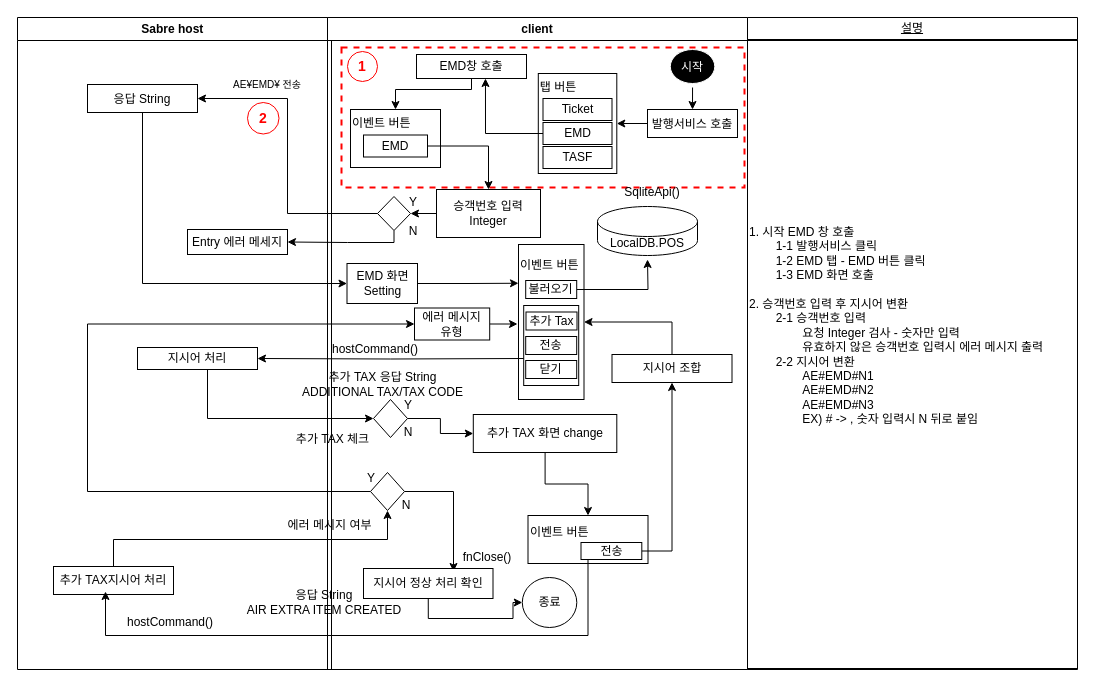
The draw.io diagram 제목 없는 다이어그램.drawio in ShimDaeSung1/EMDS2, before the edit. Source tidied: cells renumbered, new cells numbered last; positions are measured from the earlier drawing's top-left corner, leaving out a move shared by most shapes. Both pictures are drawn from the tidied source at 100%, with x=0, y=0 at pixel (17, 17).
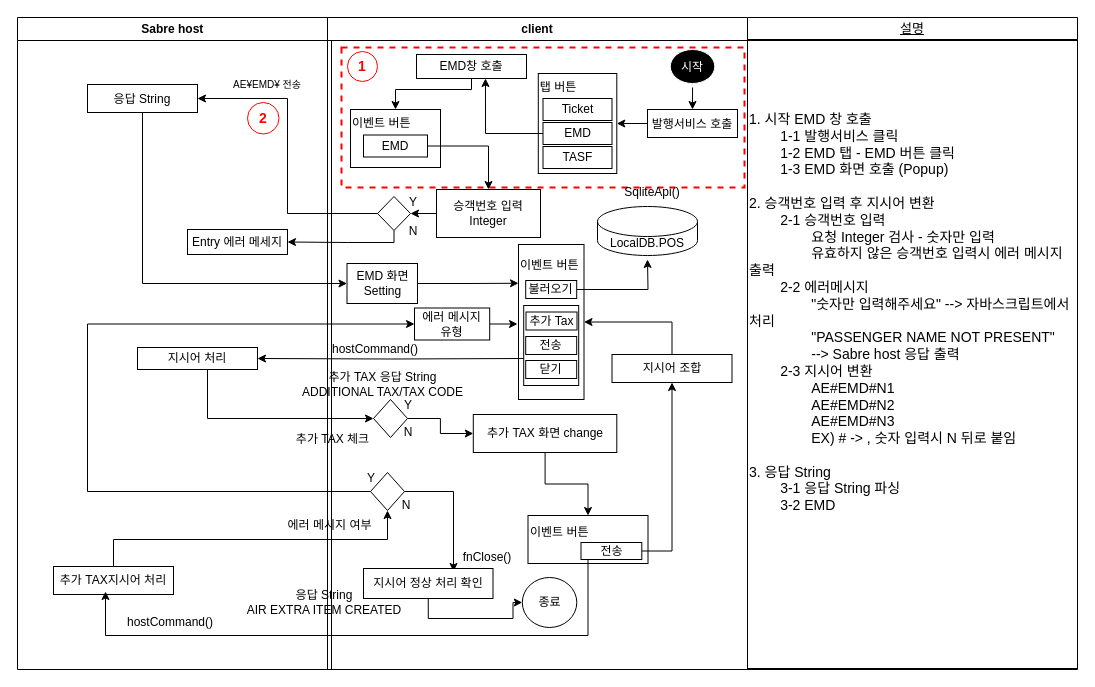
The same diagram, later.

Commit message (it also covers changes not shown here):
제목 없는 다이어그램.drawio 업데이트

What changed in the source:
```diff
@@
-    <mxCell id="70" value="설명" style="swimlane;whiteSpace=wrap;fontStyle=4;startSize=22;" parent="1" vertex="1">
+    <mxCell id="70" value="설명" style="swimlane;whiteSpace=wrap;fontStyle=4;startSize=22;fontSize=13;" parent="1" vertex="1">
       <mxGeometry x="730" width="330" height="652" as="geometry" />
     </mxCell>
-    <mxCell id="71" value="1. 시작 EMD 창 호출&lt;br&gt;&lt;span style=&quot;white-space: pre;&quot;&gt;&#9;&lt;/span&gt;1-1 발행서비스 클릭&lt;br&gt;&lt;span style=&quot;white-space: pre;&quot;&gt;&#9;&lt;/span&gt;1-2 EMD 탭 - EMD 버튼 클릭&lt;br&gt;&lt;span style=&quot;white-space: pre;&quot;&gt;&#9;&lt;/span&gt;1-3 EMD 화면 호출&lt;br&gt;&lt;br&gt;2. 승객번호 입력 후 지시어 변환&lt;br&gt;&lt;span style=&quot;white-space: pre;&quot;&gt;&#9;&lt;/span&gt;2-1 승객번호 입력&lt;br&gt;&lt;span style=&quot;white-space: pre;&quot;&gt;&#9;&lt;span style=&quot;white-space: pre;&quot;&gt;&#9;&lt;/span&gt;요&lt;/span&gt;청 Integer 검사 - 숫자만 입력&lt;br&gt;&lt;span style=&quot;white-space: pre;&quot;&gt;&#9;&lt;/span&gt;&lt;span style=&quot;white-space: pre;&quot;&gt;&#9;&lt;/span&gt;유효하지 않은 승객번호 입력시 에러 메시지 출력&lt;br&gt;&lt;span style=&quot;white-space: pre;&quot;&gt;&#9;&lt;/span&gt;2-2 지시어 변환&lt;br&gt;&lt;span style=&quot;white-space: pre;&quot;&gt;&#9;&lt;/span&gt;&lt;span style=&quot;white-space: pre;&quot;&gt;&#9;&lt;/span&gt;AE#EMD#N1&lt;br&gt;&lt;span style=&quot;white-space: pre;&quot;&gt;&#9;&lt;/span&gt;&lt;span style=&quot;white-space: pre;&quot;&gt;&#9;&lt;/span&gt;AE#EMD#N2&lt;br&gt;&lt;span style=&quot;white-space: pre;&quot;&gt;&#9;&lt;/span&gt;&lt;span style=&quot;white-space: pre;&quot;&gt;&#9;&lt;/span&gt;AE#EMD#N3&lt;br&gt;&lt;span style=&quot;white-space: pre;&quot;&gt;&#9;&lt;/span&gt;&lt;span style=&quot;white-space: pre;&quot;&gt;&#9;&lt;/span&gt;EX) # -&amp;gt; , 숫자 입력시 N 뒤로 붙임&lt;br&gt;&lt;span style=&quot;white-space: pre;&quot;&gt;&#9;&lt;/span&gt;&lt;span style=&quot;white-space: pre;&quot;&gt;&#9;&lt;/span&gt;&lt;br&gt;&lt;span style=&quot;white-space: pre;&quot;&gt;&#9;&lt;/span&gt;&lt;span style=&quot;white-space: pre;&quot;&gt;&#9;&lt;/span&gt;&lt;br&gt;&lt;span style=&quot;white-space: pre;&quot;&gt;&#9;&lt;/span&gt;&lt;br&gt;&lt;span style=&quot;white-space: pre;&quot;&gt;&#9;&lt;/span&gt;&lt;span style=&quot;white-space: pre;&quot;&gt;&#9;&lt;/span&gt;&amp;nbsp;" style="whiteSpace=wrap;html=1;align=left;" parent="70" vertex="1">
+    <mxCell id="71" value="1. 시작 EMD 창 호출&lt;br style=&quot;font-size: 14px;&quot;&gt;&lt;span style=&quot;white-space: pre; font-size: 14px;&quot;&gt;&#9;&lt;/span&gt;1-1 발행서비스 클릭&lt;br style=&quot;font-size: 14px;&quot;&gt;&lt;span style=&quot;white-space: pre; font-size: 14px;&quot;&gt;&#9;&lt;/span&gt;1-2 EMD 탭 - EMD 버튼 클릭&lt;br style=&quot;font-size: 14px;&quot;&gt;&lt;span style=&quot;white-space: pre; font-size: 14px;&quot;&gt;&#9;&lt;/span&gt;1-3 EMD 화면 호출 (Popup)&lt;br style=&quot;font-size: 14px;&quot;&gt;&lt;br style=&quot;font-size: 14px;&quot;&gt;2. 승객번호 입력 후 지시어 변환&lt;br style=&quot;font-size: 14px;&quot;&gt;&lt;span style=&quot;white-space: pre; font-size: 14px;&quot;&gt;&#9;&lt;/span&gt;2-1 승객번호 입력&lt;br style=&quot;font-size: 14px;&quot;&gt;&lt;span style=&quot;white-space: pre; font-size: 14px;&quot;&gt;&#9;&lt;span style=&quot;white-space: pre; font-size: 14px;&quot;&gt;&#9;&lt;/span&gt;요&lt;/span&gt;청 Integer 검사 - 숫자만 입력&lt;br style=&quot;font-size: 14px;&quot;&gt;&lt;span style=&quot;white-space: pre; font-size: 14px;&quot;&gt;&#9;&lt;/span&gt;&lt;span style=&quot;white-space: pre; font-size: 14px;&quot;&gt;&#9;&lt;/span&gt;유효하지 않은 승객번호 입력시 에러 메시지 출력&lt;br&gt;&lt;span style=&quot;white-space: pre;&quot;&gt;&#9;&lt;/span&gt;2-2 에러메시지&lt;br&gt;&lt;span style=&quot;white-space: pre;&quot;&gt;&#9;&lt;/span&gt;&lt;span style=&quot;white-space: pre;&quot;&gt;&#9;&lt;/span&gt;&quot;숫자만 입력해주세요&quot; --&amp;gt; 자바스크립트에서 처리&lt;br&gt;&lt;span style=&quot;white-space: pre;&quot;&gt;&#9;&lt;/span&gt;&lt;span style=&quot;white-space: pre;&quot;&gt;&#9;&lt;/span&gt;&quot;PASSENGER NAME NOT PRESENT&quot;&lt;br&gt;&lt;span style=&quot;white-space: pre;&quot;&gt;&#9;&lt;/span&gt;&lt;span style=&quot;white-space: pre;&quot;&gt;&#9;&lt;/span&gt;--&amp;gt; Sabre host 응답 출력&lt;br style=&quot;font-size: 14px;&quot;&gt;&lt;span style=&quot;white-space: pre; font-size: 14px;&quot;&gt;&#9;&lt;/span&gt;2-3 지시어 변환&lt;br style=&quot;font-size: 14px;&quot;&gt;&lt;span style=&quot;white-space: pre; font-size: 14px;&quot;&gt;&#9;&lt;/span&gt;&lt;span style=&quot;white-space: pre; font-size: 14px;&quot;&gt;&#9;&lt;/span&gt;AE#EMD#N1&lt;br style=&quot;font-size: 14px;&quot;&gt;&lt;span style=&quot;white-space: pre; font-size: 14px;&quot;&gt;&#9;&lt;/span&gt;&lt;span style=&quot;white-space: pre; font-size: 14px;&quot;&gt;&#9;&lt;/span&gt;AE#EMD#N2&lt;br style=&quot;font-size: 14px;&quot;&gt;&lt;span style=&quot;white-space: pre; font-size: 14px;&quot;&gt;&#9;&lt;/span&gt;&lt;span style=&quot;white-space: pre; font-size: 14px;&quot;&gt;&#9;&lt;/span&gt;AE#EMD#N3&lt;br style=&quot;font-size: 14px;&quot;&gt;&lt;span style=&quot;white-space: pre; font-size: 14px;&quot;&gt;&#9;&lt;/span&gt;&lt;span style=&quot;white-space: pre; font-size: 14px;&quot;&gt;&#9;&lt;/span&gt;EX) # -&amp;gt; , 숫자 입력시 N 뒤로 붙임&lt;br&gt;&lt;br&gt;3. 응답 String&lt;br&gt;&lt;span style=&quot;white-space: pre;&quot;&gt;&#9;&lt;/span&gt;3-1 응답 String 파싱&lt;br&gt;&lt;span style=&quot;white-space: pre;&quot;&gt;&#9;&lt;/span&gt;3-2 EMD&lt;br&gt;&lt;span style=&quot;white-space: pre;&quot;&gt;&#9;&lt;/span&gt;&lt;span style=&quot;white-space: pre;&quot;&gt;&#9;&lt;/span&gt;&lt;br style=&quot;font-size: 14px;&quot;&gt;&lt;span style=&quot;white-space: pre; font-size: 14px;&quot;&gt;&#9;&lt;/span&gt;&lt;span style=&quot;white-space: pre; font-size: 14px;&quot;&gt;&#9;&lt;/span&gt;&lt;br style=&quot;font-size: 14px;&quot;&gt;&lt;span style=&quot;white-space: pre; font-size: 14px;&quot;&gt;&#9;&lt;/span&gt;&lt;span style=&quot;white-space: pre; font-size: 14px;&quot;&gt;&#9;&lt;/span&gt;&lt;br style=&quot;font-size: 14px;&quot;&gt;&lt;span style=&quot;white-space: pre; font-size: 14px;&quot;&gt;&#9;&lt;/span&gt;&lt;br style=&quot;font-size: 14px;&quot;&gt;&lt;span style=&quot;white-space: pre; font-size: 14px;&quot;&gt;&#9;&lt;/span&gt;&lt;span style=&quot;white-space: pre; font-size: 14px;&quot;&gt;&#9;&lt;/span&gt;&amp;nbsp;" style="whiteSpace=wrap;html=1;align=left;fontSize=14;" parent="70" vertex="1">
       <mxGeometry y="23" width="330" height="628" as="geometry" />
     </mxCell>
```
